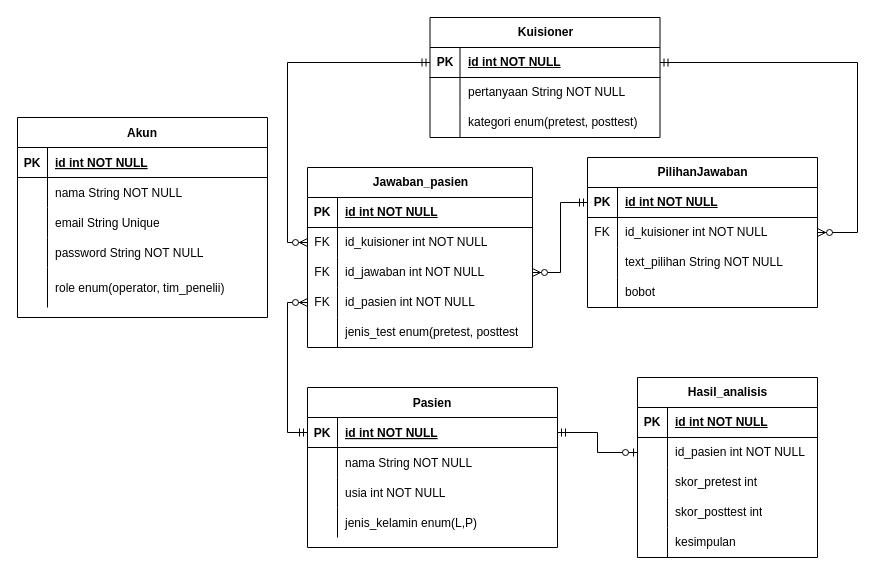
Before: Untitled Diagram.drawio in zzarr/Tugas-Akhir, a draw.io diagram. Source tidied: cells renumbered, new cells numbered last; positions are measured from the earlier drawing's top-left corner, leaving out a move shared by most shapes. Both pictures are drawn from the tidied source at 100%, with x=0, y=0 at pixel (17, 17).
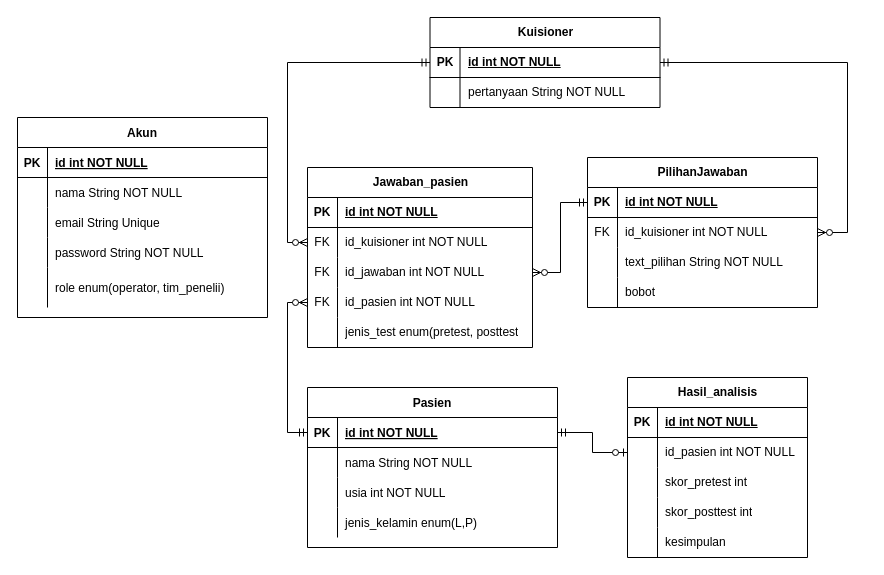
After the change.

Unchanged cells that the change refers to:
```xml
<mxCell id="32" style="shape=tableRow;horizontal=0;startSize=0;swimlaneHead=0;swimlaneBody=0;fillColor=none;points=[[0,0.5],[1,0.5]];portConstraint=eastwest;top=0;left=0;right=0;bottom=1;" parent="31" vertex="1">
  <mxGeometry y="30" width="230" height="30" as="geometry" />
</mxCell>
<mxCell id="45" style="shape=tableRow;horizontal=0;startSize=0;swimlaneHead=0;swimlaneBody=0;fillColor=none;points=[[0,0.5],[1,0.5]];portConstraint=eastwest;top=0;left=0;right=0;bottom=0;" parent="41" vertex="1">
  <mxGeometry y="60" width="230" height="30" as="geometry" />
</mxCell>
```

Diff of the diagram source:
```diff
@@
     <mxCell id="31" value="Kuisioner" style="shape=table;startSize=30;childLayout=tableLayout;rowLines=0;fontStyle=1;align=center;html=1;" parent="1" vertex="1">
-      <mxGeometry x="412.5" width="230" height="120" as="geometry" />
+      <mxGeometry x="412.5" width="230" height="90" as="geometry" />
     </mxCell>
@@
-    <mxCell id="38" style="shape=tableRow;horizontal=0;startSize=0;swimlaneHead=0;swimlaneBody=0;fillColor=none;top=0;left=0;right=0;bottom=0;" parent="31" vertex="1">
-      <mxGeometry y="90" width="230" height="30" as="geometry" />
-    </mxCell>
-    <mxCell id="39" style="shape=partialRectangle;fillColor=none;top=0;left=0;bottom=0;right=0;overflow=hidden;whiteSpace=wrap;html=1;" parent="38" vertex="1">
-      <mxGeometry width="30" height="30" as="geometry" />
-    </mxCell>
-    <mxCell id="40" value="kategori enum(pretest, posttest)" style="shape=partialRectangle;fillColor=none;top=0;left=0;bottom=0;right=0;align=left;spacingLeft=6;overflow=hidden;whiteSpace=wrap;html=1;" parent="38" vertex="1">
-      <mxGeometry x="30" width="200" height="30" as="geometry" />
-    </mxCell>
@@
     <mxCell id="71" style="edgeStyle=elbowEdgeStyle;fontSize=12;html=1;endArrow=ERzeroToMany;startArrow=ERmandOne;rounded=0;exitX=1;exitY=0.5;exitDx=0;exitDy=0;entryX=1;entryY=0.5;entryDx=0;entryDy=0;" parent="1" edge="1" source="32" target="45">
       <mxGeometry relative="1" as="geometry">
         <Array as="points">
-          <mxPoint x="840" y="70" />
+          <mxPoint x="830" y="130" />
         </Array>
       </mxGeometry>
     </mxCell>
@@
     <mxCell id="74" value="Hasil_analisis" style="shape=table;startSize=30;childLayout=tableLayout;rowLines=0;fontStyle=1;align=center;html=1;" parent="1" vertex="1">
-      <mxGeometry x="620" y="360" width="180" height="180" as="geometry" />
+      <mxGeometry x="610" y="360" width="180" height="180" as="geometry" />
     </mxCell>
```
